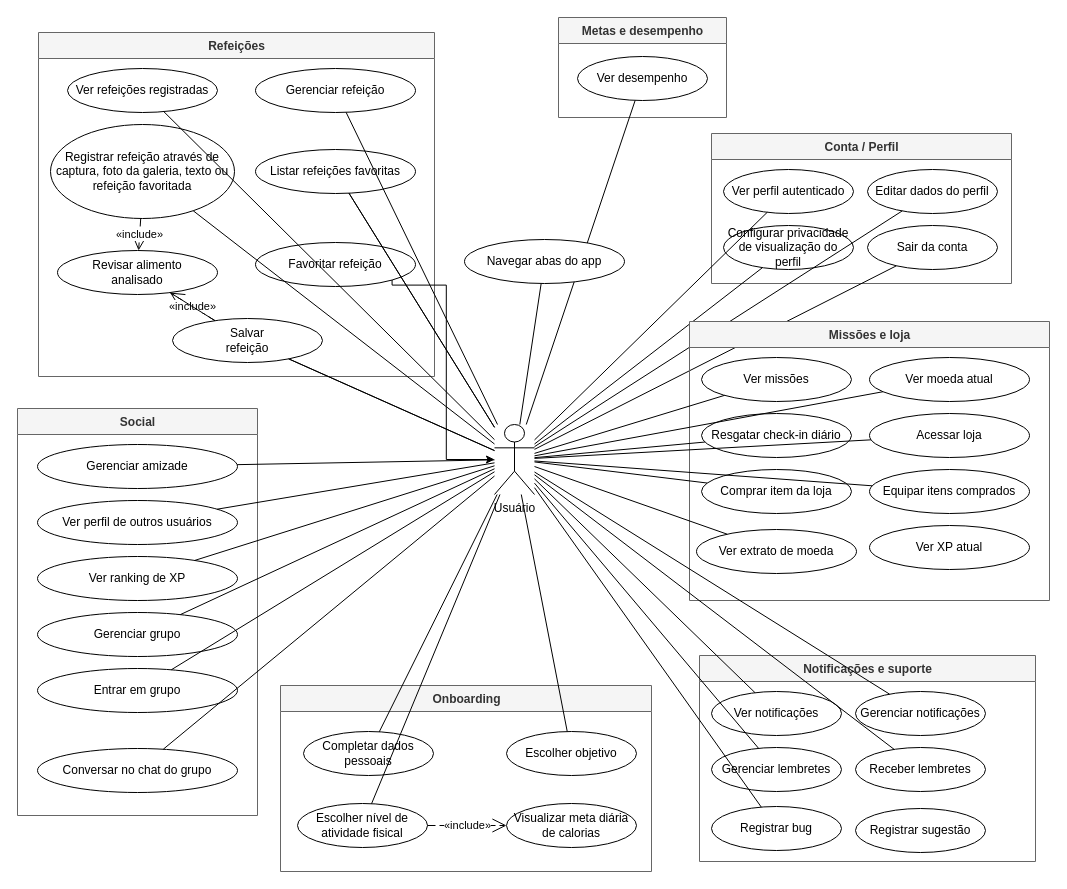
The draw.io diagram page "Usuário" (1 of 4) of frontend/CasosDeUso.drawio in israelhub/JacalorIA-CONTADOR-DE-CALORIAS, before the edit. Source tidied: cells renumbered, new cells numbered last; positions are measured from the earlier drawing's top-left corner, leaving out a move shared by most shapes. Both pictures are drawn from the tidied source at 100%, with x=0, y=0 at pixel (17, 17).
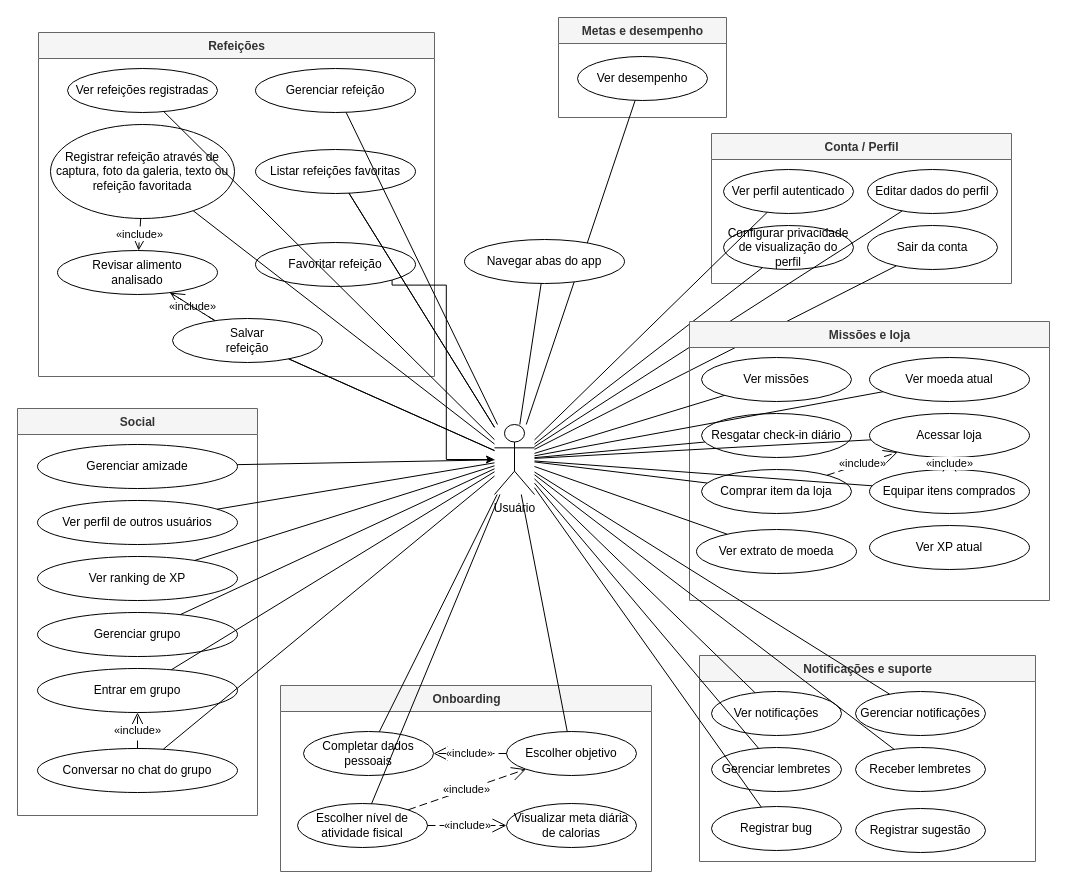
After the change.

Commit message (it also covers changes not shown here):
Adicionar relações UML «include» nos casos de uso

Liga include em Usuário (chat/grupo, onboarding, loja), Operador Beta
(painéis → token e filtrar por data) e IA (tabela TACO → analisa alimento).

The change refers to these unchanged cells:
```xml
<mxCell id="4" value="Completar dados pessoais" style="ellipse;whiteSpace=wrap;html=1;" parent="3" vertex="1">
  <mxGeometry x="23" y="46" width="130" height="44" as="geometry" />
</mxCell>
<mxCell id="5" value="Escolher objetivo" style="ellipse;whiteSpace=wrap;html=1;" parent="3" vertex="1">
  <mxGeometry x="226" y="46" width="130" height="44" as="geometry" />
</mxCell>
<mxCell id="6" value="Escolher nível de atividade fisical" style="ellipse;whiteSpace=wrap;html=1;" parent="3" vertex="1">
  <mxGeometry x="17" y="118" width="130" height="44" as="geometry" />
</mxCell>
<mxCell id="44" value="Acessar loja" style="ellipse;whiteSpace=wrap;html=1;" parent="41" vertex="1">
  <mxGeometry x="180" y="92" width="160" height="44" as="geometry" />
</mxCell>
<mxCell id="45" value="Comprar item da loja" style="ellipse;whiteSpace=wrap;html=1;" parent="41" vertex="1">
  <mxGeometry x="12" y="148" width="150" height="44" as="geometry" />
</mxCell>
<mxCell id="46" value="Equipar itens comprados" style="ellipse;whiteSpace=wrap;html=1;" parent="41" vertex="1">
  <mxGeometry x="180" y="148" width="160" height="44" as="geometry" />
</mxCell>
<mxCell id="61" value="Entrar em grupo" style="ellipse;whiteSpace=wrap;html=1;" parent="56" vertex="1">
  <mxGeometry x="20" y="260" width="200" height="44" as="geometry" />
</mxCell>
<mxCell id="62" value="Conversar no chat do grupo" style="ellipse;whiteSpace=wrap;html=1;" parent="56" vertex="1">
  <mxGeometry x="20" y="340" width="200" height="44" as="geometry" />
</mxCell>
```

Change to the diagram source:
```diff
@@
+    <mxCell id="86" value="«include»" style="endArrow=open;html=1;endSize=12;dashed=1;dashPattern=8 4;rounded=0;" parent="1" edge="1" source="5" target="4">
+      <mxGeometry relative="1" as="geometry" />
+    </mxCell>
+    <mxCell id="87" value="«include»" style="endArrow=open;html=1;endSize=12;dashed=1;dashPattern=8 4;rounded=0;" parent="1" edge="1" source="6" target="5">
+      <mxGeometry relative="1" as="geometry" />
+    </mxCell>
@@
+    <mxCell id="88" value="«include»" style="endArrow=open;html=1;endSize=12;dashed=1;dashPattern=8 4;rounded=0;" parent="1" edge="1" source="45" target="44">
+      <mxGeometry relative="1" as="geometry" />
+    </mxCell>
+    <mxCell id="89" value="«include»" style="endArrow=open;html=1;endSize=12;dashed=1;dashPattern=8 4;rounded=0;" parent="1" edge="1" source="46" target="44">
+      <mxGeometry relative="1" as="geometry" />
+    </mxCell>
@@
+    <mxCell id="90" value="«include»" style="endArrow=open;html=1;endSize=12;dashed=1;dashPattern=8 4;rounded=0;" parent="1" edge="1" source="62" target="61">
+      <mxGeometry relative="1" as="geometry" />
+    </mxCell>
```
